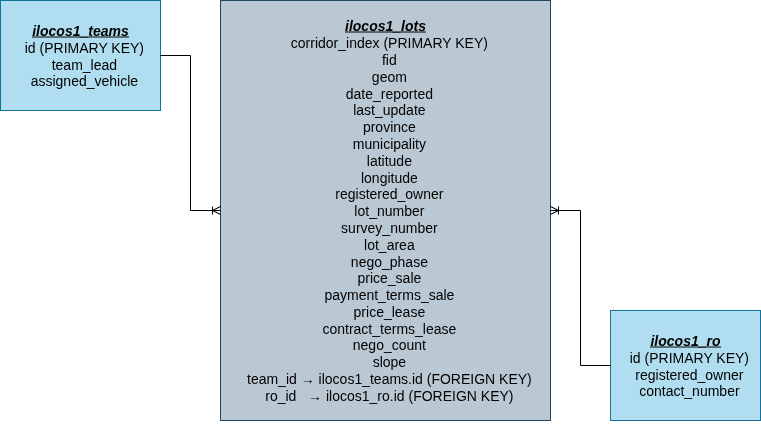
Earlier version of the draw.io export er_diagram.png (josephviernes/postgis-land-inventory-db). Source tidied: cells renumbered, new cells last; positions are measured from the earlier drawing's top-left corner, leaving out a move shared by most shapes. Source of this version:
```xml
<mxGraphModel>
  <root>
    <mxCell id="0" />
    <mxCell id="1" parent="0" />
    <mxCell id="2" value="&lt;div style=&quot;&quot;&gt;&lt;span style=&quot;background-color: transparent; color: light-dark(rgb(0, 0, 0), rgb(255, 255, 255));&quot;&gt;&lt;b&gt;&lt;u&gt;&lt;font style=&quot;font-size: 14px;&quot;&gt;&lt;i&gt;ilocos1_lots&lt;/i&gt;&lt;/font&gt;&lt;/u&gt;&lt;/b&gt;&lt;/span&gt;&lt;/div&gt;&lt;div style=&quot;&quot;&gt;&lt;font style=&quot;font-size: 14px;&quot;&gt;&amp;nbsp; corridor_index (PRIMARY KEY)&lt;/font&gt;&lt;/div&gt;&lt;div style=&quot;&quot;&gt;&lt;font style=&quot;font-size: 14px;&quot;&gt;&amp;nbsp; fid&lt;/font&gt;&lt;/div&gt;&lt;div style=&quot;&quot;&gt;&lt;font style=&quot;font-size: 14px;&quot;&gt;&amp;nbsp; geom&lt;/font&gt;&lt;/div&gt;&lt;div style=&quot;&quot;&gt;&lt;font style=&quot;font-size: 14px;&quot;&gt;&amp;nbsp; date_reported&lt;/font&gt;&lt;/div&gt;&lt;div style=&quot;&quot;&gt;&lt;font style=&quot;font-size: 14px;&quot;&gt;&amp;nbsp; last_update&lt;/font&gt;&lt;/div&gt;&lt;div style=&quot;&quot;&gt;&lt;font style=&quot;font-size: 14px;&quot;&gt;&amp;nbsp; province&lt;/font&gt;&lt;/div&gt;&lt;div style=&quot;&quot;&gt;&lt;font style=&quot;font-size: 14px;&quot;&gt;&amp;nbsp; municipality&lt;/font&gt;&lt;/div&gt;&lt;div style=&quot;&quot;&gt;&lt;font style=&quot;font-size: 14px;&quot;&gt;&amp;nbsp; latitude&lt;/font&gt;&lt;/div&gt;&lt;div style=&quot;&quot;&gt;&lt;font style=&quot;font-size: 14px;&quot;&gt;&amp;nbsp; longitude&lt;/font&gt;&lt;/div&gt;&lt;div style=&quot;&quot;&gt;&lt;font style=&quot;font-size: 14px;&quot;&gt;&amp;nbsp; registered_owner&lt;/font&gt;&lt;/div&gt;&lt;div style=&quot;&quot;&gt;&lt;font style=&quot;font-size: 14px;&quot;&gt;&amp;nbsp; lot_number&lt;/font&gt;&lt;/div&gt;&lt;div style=&quot;&quot;&gt;&lt;font style=&quot;font-size: 14px;&quot;&gt;&amp;nbsp; survey_number&lt;/font&gt;&lt;/div&gt;&lt;div style=&quot;&quot;&gt;&lt;font style=&quot;font-size: 14px;&quot;&gt;&amp;nbsp; lot_area&lt;/font&gt;&lt;/div&gt;&lt;div style=&quot;&quot;&gt;&lt;font style=&quot;font-size: 14px;&quot;&gt;&amp;nbsp; nego_phase&lt;/font&gt;&lt;/div&gt;&lt;div style=&quot;&quot;&gt;&lt;font style=&quot;font-size: 14px;&quot;&gt;&amp;nbsp; price_sale&lt;/font&gt;&lt;/div&gt;&lt;div style=&quot;&quot;&gt;&lt;font style=&quot;font-size: 14px;&quot;&gt;&amp;nbsp; payment_terms_sale&lt;/font&gt;&lt;/div&gt;&lt;div style=&quot;&quot;&gt;&lt;font style=&quot;font-size: 14px;&quot;&gt;&amp;nbsp; price_lease&lt;/font&gt;&lt;/div&gt;&lt;div style=&quot;&quot;&gt;&lt;font style=&quot;font-size: 14px;&quot;&gt;&amp;nbsp; contract_terms_lease&lt;/font&gt;&lt;/div&gt;&lt;div style=&quot;&quot;&gt;&lt;font style=&quot;font-size: 14px;&quot;&gt;&amp;nbsp; nego_count&lt;/font&gt;&lt;/div&gt;&lt;div style=&quot;&quot;&gt;&lt;font style=&quot;font-size: 14px;&quot;&gt;&amp;nbsp; slope&lt;/font&gt;&lt;/div&gt;&lt;div style=&quot;&quot;&gt;&lt;font style=&quot;font-size: 14px;&quot;&gt;&amp;nbsp; team_id → ilocos1_teams.id (FOREIGN KEY)&lt;/font&gt;&lt;/div&gt;&lt;div style=&quot;&quot;&gt;&lt;font style=&quot;font-size: 14px;&quot;&gt;&amp;nbsp; ro_id&amp;nbsp; &amp;nbsp;→ ilocos1_ro.id&amp;nbsp;&lt;span style=&quot;background-color: transparent; color: light-dark(rgb(0, 0, 0), rgb(255, 255, 255));&quot;&gt;(FOREIGN KEY)&lt;/span&gt;&lt;/font&gt;&lt;/div&gt;" style="rounded=0;whiteSpace=wrap;html=1;align=center;fillColor=#bac8d3;strokeColor=#23445d;" parent="1" vertex="1">
      <mxGeometry x="549" width="330" height="420" as="geometry" />
    </mxCell>
    <mxCell id="3" value="&lt;div&gt;&lt;span style=&quot;background-color: transparent; color: light-dark(rgb(0, 0, 0), rgb(255, 255, 255));&quot;&gt;&lt;font style=&quot;font-size: 14px;&quot;&gt;&lt;b&gt;&lt;u&gt;&lt;i&gt;ilocos1_ro&lt;/i&gt;&lt;/u&gt;&lt;/b&gt;&lt;/font&gt;&lt;/span&gt;&lt;/div&gt;&lt;div&gt;&lt;div&gt;&lt;font style=&quot;font-size: 14px;&quot;&gt;&amp;nbsp; id (PRIMARY KEY)&lt;/font&gt;&lt;/div&gt;&lt;div&gt;&lt;font style=&quot;font-size: 14px;&quot;&gt;&amp;nbsp; registered_owner&lt;/font&gt;&lt;/div&gt;&lt;div&gt;&lt;font style=&quot;font-size: 14px;&quot;&gt;&amp;nbsp; contact_number&lt;/font&gt;&lt;/div&gt;&lt;/div&gt;" style="rounded=0;whiteSpace=wrap;html=1;align=center;fillColor=#b1ddf0;strokeColor=#10739e;" parent="1" vertex="1">
      <mxGeometry x="939" y="310" width="150" height="110" as="geometry" />
    </mxCell>
    <mxCell id="4" value="&lt;div&gt;&lt;font style=&quot;font-size: 14px;&quot;&gt;&lt;b&gt;&lt;i&gt;&lt;u&gt;ilocos1_teams&lt;/u&gt;&lt;/i&gt;&lt;/b&gt;&lt;/font&gt;&lt;/div&gt;&lt;div&gt;&lt;font style=&quot;font-size: 14px;&quot;&gt;&amp;nbsp; id (PRIMARY KEY)&lt;/font&gt;&lt;/div&gt;&lt;div&gt;&lt;font style=&quot;font-size: 14px;&quot;&gt;&amp;nbsp; team_lead&lt;/font&gt;&lt;/div&gt;&lt;div&gt;&lt;font style=&quot;font-size: 14px;&quot;&gt;&amp;nbsp; assigned_vehicle&lt;/font&gt;&lt;/div&gt;" style="rounded=0;whiteSpace=wrap;html=1;align=center;fillColor=#b1ddf0;strokeColor=#10739e;" parent="1" vertex="1">
      <mxGeometry x="329" width="160" height="110" as="geometry" />
    </mxCell>
    <mxCell id="5" style="edgeStyle=orthogonalEdgeStyle;rounded=0;orthogonalLoop=1;jettySize=auto;html=1;exitX=0.5;exitY=1;exitDx=0;exitDy=0;" parent="1" edge="1" source="3" target="3">
      <mxGeometry relative="1" as="geometry" />
    </mxCell>
    <mxCell id="6" style="edgeStyle=entityRelationEdgeStyle;fontSize=12;html=1;endArrow=ERoneToMany;rounded=0;exitX=0;exitY=0.5;exitDx=0;exitDy=0;" parent="1" edge="1" source="3" target="2">
      <mxGeometry relative="1" as="geometry">
        <Array as="points">
          <mxPoint x="505" y="433" />
        </Array>
      </mxGeometry>
    </mxCell>
    <mxCell id="7" style="edgeStyle=entityRelationEdgeStyle;fontSize=12;html=1;endArrow=ERoneToMany;rounded=0;exitX=1;exitY=0.5;exitDx=0;exitDy=0;entryX=0;entryY=0.5;entryDx=0;entryDy=0;" parent="1" edge="1" source="4" target="2">
      <mxGeometry relative="1" as="geometry">
        <Array as="points">
          <mxPoint x="150" y="203" />
          <mxPoint x="525" y="113" />
          <mxPoint x="525" y="83" />
          <mxPoint y="223" />
          <mxPoint x="110" y="223" />
        </Array>
      </mxGeometry>
    </mxCell>
  </root>
</mxGraphModel>
```
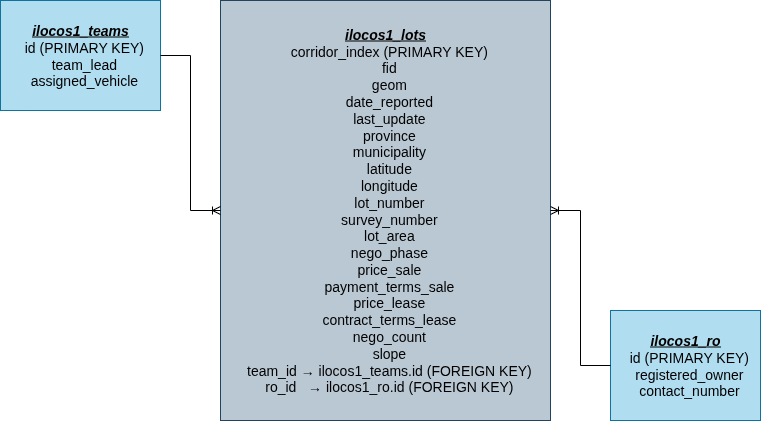
The same file after the commit.

What changed in the source:
```diff
@@ -2,7 +2,7 @@
   <root>
     <mxCell id="0" />
     <mxCell id="1" parent="0" />
-    <mxCell id="2" value="&lt;div style=&quot;&quot;&gt;&lt;span style=&quot;background-color: transparent; color: light-dark(rgb(0, 0, 0), rgb(255, 255, 255));&quot;&gt;&lt;b&gt;&lt;u&gt;&lt;font style=&quot;font-size: 14px;&quot;&gt;&lt;i&gt;ilocos1_lots&lt;/i&gt;&lt;/font&gt;&lt;/u&gt;&lt;/b&gt;&lt;/span&gt;&lt;/div&gt;&lt;div style=&quot;&quot;&gt;&lt;font style=&quot;font-size: 14px;&quot;&gt;&amp;nbsp; corridor_index (PRIMARY KEY)&lt;/font&gt;&lt;/div&gt;&lt;div style=&quot;&quot;&gt;&lt;font style=&quot;font-size: 14px;&quot;&gt;&amp;nbsp; fid&lt;/font&gt;&lt;/div&gt;&lt;div style=&quot;&quot;&gt;&lt;font style=&quot;font-size: 14px;&quot;&gt;&amp;nbsp; geom&lt;/font&gt;&lt;/div&gt;&lt;div style=&quot;&quot;&gt;&lt;font style=&quot;font-size: 14px;&quot;&gt;&amp;nbsp; date_reported&lt;/font&gt;&lt;/div&gt;&lt;div style=&quot;&quot;&gt;&lt;font style=&quot;font-size: 14px;&quot;&gt;&amp;nbsp; last_update&lt;/font&gt;&lt;/div&gt;&lt;div style=&quot;&quot;&gt;&lt;font style=&quot;font-size: 14px;&quot;&gt;&amp;nbsp; province&lt;/font&gt;&lt;/div&gt;&lt;div style=&quot;&quot;&gt;&lt;font style=&quot;font-size: 14px;&quot;&gt;&amp;nbsp; municipality&lt;/font&gt;&lt;/div&gt;&lt;div style=&quot;&quot;&gt;&lt;font style=&quot;font-size: 14px;&quot;&gt;&amp;nbsp; latitude&lt;/font&gt;&lt;/div&gt;&lt;div style=&quot;&quot;&gt;&lt;font style=&quot;font-size: 14px;&quot;&gt;&amp;nbsp; longitude&lt;/font&gt;&lt;/div&gt;&lt;div style=&quot;&quot;&gt;&lt;font style=&quot;font-size: 14px;&quot;&gt;&amp;nbsp; registered_owner&lt;/font&gt;&lt;/div&gt;&lt;div style=&quot;&quot;&gt;&lt;font style=&quot;font-size: 14px;&quot;&gt;&amp;nbsp; lot_number&lt;/font&gt;&lt;/div&gt;&lt;div style=&quot;&quot;&gt;&lt;font style=&quot;font-size: 14px;&quot;&gt;&amp;nbsp; survey_number&lt;/font&gt;&lt;/div&gt;&lt;div style=&quot;&quot;&gt;&lt;font style=&quot;font-size: 14px;&quot;&gt;&amp;nbsp; lot_area&lt;/font&gt;&lt;/div&gt;&lt;div style=&quot;&quot;&gt;&lt;font style=&quot;font-size: 14px;&quot;&gt;&amp;nbsp; nego_phase&lt;/font&gt;&lt;/div&gt;&lt;div style=&quot;&quot;&gt;&lt;font style=&quot;font-size: 14px;&quot;&gt;&amp;nbsp; price_sale&lt;/font&gt;&lt;/div&gt;&lt;div style=&quot;&quot;&gt;&lt;font style=&quot;font-size: 14px;&quot;&gt;&amp;nbsp; payment_terms_sale&lt;/font&gt;&lt;/div&gt;&lt;div style=&quot;&quot;&gt;&lt;font style=&quot;font-size: 14px;&quot;&gt;&amp;nbsp; price_lease&lt;/font&gt;&lt;/div&gt;&lt;div style=&quot;&quot;&gt;&lt;font style=&quot;font-size: 14px;&quot;&gt;&amp;nbsp; contract_terms_lease&lt;/font&gt;&lt;/div&gt;&lt;div style=&quot;&quot;&gt;&lt;font style=&quot;font-size: 14px;&quot;&gt;&amp;nbsp; nego_count&lt;/font&gt;&lt;/div&gt;&lt;div style=&quot;&quot;&gt;&lt;font style=&quot;font-size: 14px;&quot;&gt;&amp;nbsp; slope&lt;/font&gt;&lt;/div&gt;&lt;div style=&quot;&quot;&gt;&lt;font style=&quot;font-size: 14px;&quot;&gt;&amp;nbsp; team_id → ilocos1_teams.id (FOREIGN KEY)&lt;/font&gt;&lt;/div&gt;&lt;div style=&quot;&quot;&gt;&lt;font style=&quot;font-size: 14px;&quot;&gt;&amp;nbsp; ro_id&amp;nbsp; &amp;nbsp;→ ilocos1_ro.id&amp;nbsp;&lt;span style=&quot;background-color: transparent; color: light-dark(rgb(0, 0, 0), rgb(255, 255, 255));&quot;&gt;(FOREIGN KEY)&lt;/span&gt;&lt;/font&gt;&lt;/div&gt;" style="rounded=0;whiteSpace=wrap;html=1;align=center;fillColor=#bac8d3;strokeColor=#23445d;" parent="1" vertex="1">
+    <mxCell id="2" value="&lt;div style=&quot;&quot;&gt;&lt;span style=&quot;background-color: transparent; color: light-dark(rgb(0, 0, 0), rgb(255, 255, 255));&quot;&gt;&lt;b&gt;&lt;u&gt;&lt;font style=&quot;font-size: 14px;&quot;&gt;&lt;i&gt;ilocos1_lots&lt;/i&gt;&lt;/font&gt;&lt;/u&gt;&lt;/b&gt;&lt;/span&gt;&lt;/div&gt;&lt;div style=&quot;&quot;&gt;&lt;font style=&quot;font-size: 14px;&quot;&gt;&amp;nbsp; corridor_index (PRIMARY KEY)&lt;/font&gt;&lt;/div&gt;&lt;div style=&quot;&quot;&gt;&lt;font style=&quot;font-size: 14px;&quot;&gt;&amp;nbsp; fid&lt;/font&gt;&lt;/div&gt;&lt;div style=&quot;&quot;&gt;&lt;font style=&quot;font-size: 14px;&quot;&gt;&amp;nbsp; geom&lt;/font&gt;&lt;/div&gt;&lt;div style=&quot;&quot;&gt;&lt;font style=&quot;font-size: 14px;&quot;&gt;&amp;nbsp; date_reported&lt;/font&gt;&lt;/div&gt;&lt;div style=&quot;&quot;&gt;&lt;font style=&quot;font-size: 14px;&quot;&gt;&amp;nbsp; last_update&lt;/font&gt;&lt;/div&gt;&lt;div style=&quot;&quot;&gt;&lt;font style=&quot;font-size: 14px;&quot;&gt;&amp;nbsp; province&lt;/font&gt;&lt;/div&gt;&lt;div style=&quot;&quot;&gt;&lt;font style=&quot;font-size: 14px;&quot;&gt;&amp;nbsp; municipality&lt;/font&gt;&lt;/div&gt;&lt;div style=&quot;&quot;&gt;&lt;font style=&quot;font-size: 14px;&quot;&gt;&amp;nbsp; latitude&lt;/font&gt;&lt;/div&gt;&lt;div style=&quot;&quot;&gt;&lt;font style=&quot;font-size: 14px;&quot;&gt;&amp;nbsp; longitude&lt;/font&gt;&lt;/div&gt;&lt;div style=&quot;&quot;&gt;&lt;font style=&quot;font-size: 14px;&quot;&gt;&amp;nbsp; lot_number&lt;/font&gt;&lt;/div&gt;&lt;div style=&quot;&quot;&gt;&lt;font style=&quot;font-size: 14px;&quot;&gt;&amp;nbsp; survey_number&lt;/font&gt;&lt;/div&gt;&lt;div style=&quot;&quot;&gt;&lt;font style=&quot;font-size: 14px;&quot;&gt;&amp;nbsp; lot_area&lt;/font&gt;&lt;/div&gt;&lt;div style=&quot;&quot;&gt;&lt;font style=&quot;font-size: 14px;&quot;&gt;&amp;nbsp; nego_phase&lt;/font&gt;&lt;/div&gt;&lt;div style=&quot;&quot;&gt;&lt;font style=&quot;font-size: 14px;&quot;&gt;&amp;nbsp; price_sale&lt;/font&gt;&lt;/div&gt;&lt;div style=&quot;&quot;&gt;&lt;font style=&quot;font-size: 14px;&quot;&gt;&amp;nbsp; payment_terms_sale&lt;/font&gt;&lt;/div&gt;&lt;div style=&quot;&quot;&gt;&lt;font style=&quot;font-size: 14px;&quot;&gt;&amp;nbsp; price_lease&lt;/font&gt;&lt;/div&gt;&lt;div style=&quot;&quot;&gt;&lt;font style=&quot;font-size: 14px;&quot;&gt;&amp;nbsp; contract_terms_lease&lt;/font&gt;&lt;/div&gt;&lt;div style=&quot;&quot;&gt;&lt;font style=&quot;font-size: 14px;&quot;&gt;&amp;nbsp; nego_count&lt;/font&gt;&lt;/div&gt;&lt;div style=&quot;&quot;&gt;&lt;font style=&quot;font-size: 14px;&quot;&gt;&amp;nbsp; slope&lt;/font&gt;&lt;/div&gt;&lt;div style=&quot;&quot;&gt;&lt;font style=&quot;font-size: 14px;&quot;&gt;&amp;nbsp; team_id → ilocos1_teams.id (FOREIGN KEY)&lt;/font&gt;&lt;/div&gt;&lt;div style=&quot;&quot;&gt;&lt;font style=&quot;font-size: 14px;&quot;&gt;&amp;nbsp; ro_id&amp;nbsp; &amp;nbsp;→ ilocos1_ro.id&amp;nbsp;&lt;span style=&quot;background-color: transparent; color: light-dark(rgb(0, 0, 0), rgb(255, 255, 255));&quot;&gt;(FOREIGN KEY)&lt;/span&gt;&lt;/font&gt;&lt;/div&gt;" style="rounded=0;whiteSpace=wrap;html=1;align=center;fillColor=#bac8d3;strokeColor=#23445d;" parent="1" vertex="1">
       <mxGeometry x="549" width="330" height="420" as="geometry" />
     </mxCell>
     <mxCell id="3" value="&lt;div&gt;&lt;span style=&quot;background-color: transparent; color: light-dark(rgb(0, 0, 0), rgb(255, 255, 255));&quot;&gt;&lt;font style=&quot;font-size: 14px;&quot;&gt;&lt;b&gt;&lt;u&gt;&lt;i&gt;ilocos1_ro&lt;/i&gt;&lt;/u&gt;&lt;/b&gt;&lt;/font&gt;&lt;/span&gt;&lt;/div&gt;&lt;div&gt;&lt;div&gt;&lt;font style=&quot;font-size: 14px;&quot;&gt;&amp;nbsp; id (PRIMARY KEY)&lt;/font&gt;&lt;/div&gt;&lt;div&gt;&lt;font style=&quot;font-size: 14px;&quot;&gt;&amp;nbsp; registered_owner&lt;/font&gt;&lt;/div&gt;&lt;div&gt;&lt;font style=&quot;font-size: 14px;&quot;&gt;&amp;nbsp; contact_number&lt;/font&gt;&lt;/div&gt;&lt;/div&gt;" style="rounded=0;whiteSpace=wrap;html=1;align=center;fillColor=#b1ddf0;strokeColor=#10739e;" parent="1" vertex="1">
```
